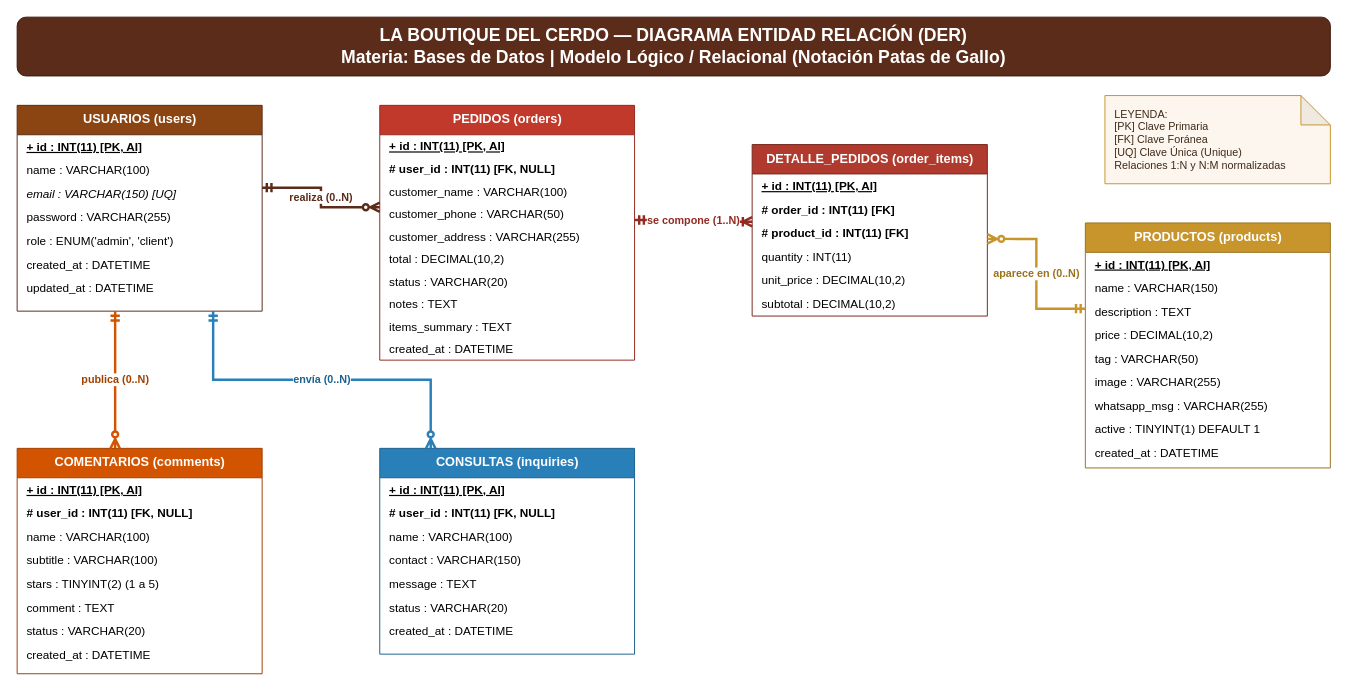
The draw.io diagram page "1. Modelo Relacional (Tablas y FK)" (1 of 2) of Diagrama_Entidad_Relacion_Boutique.drawio in santino857/BombaBotasso, before the edit. Source tidied: cells renumbered, new cells numbered last; positions are measured from the earlier drawing's top-left corner, leaving out a move shared by most shapes. Both pictures are drawn from the tidied source at 98%, with x=0, y=0 at pixel (17, 17).
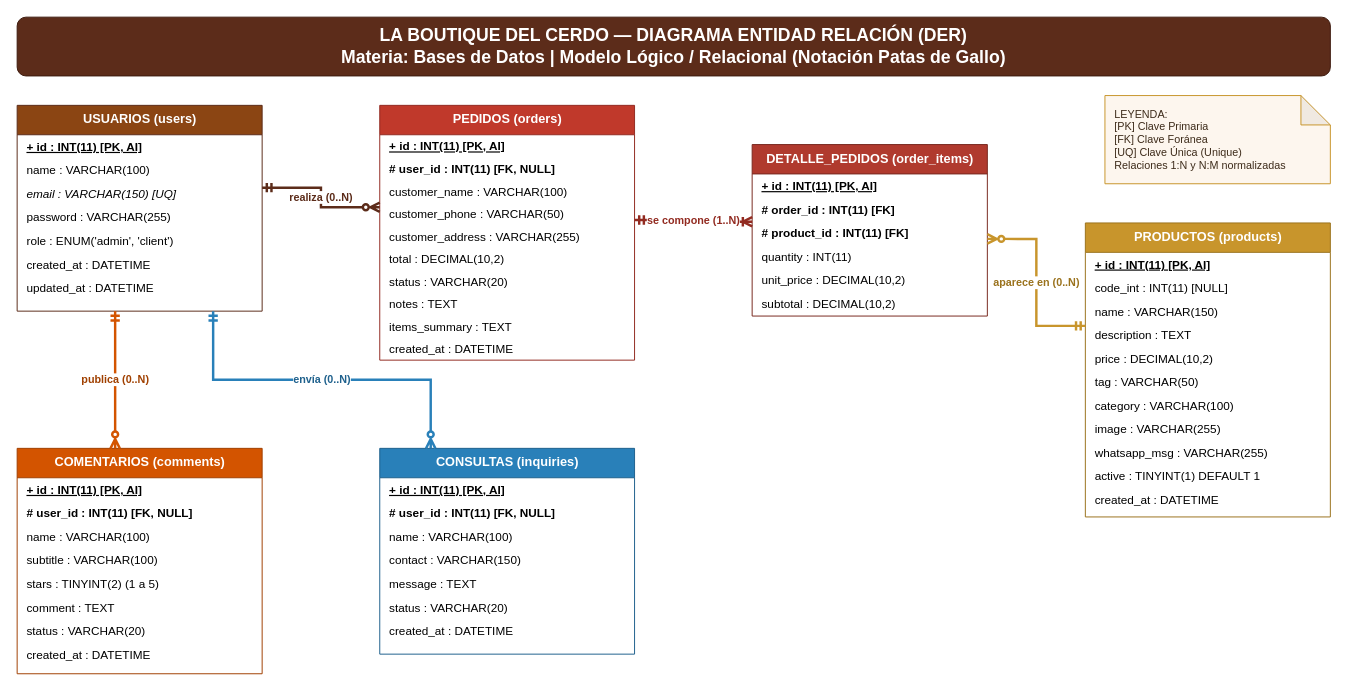
Above is the later version.

Change to the diagram source:
```diff
@@
     <mxCell id="30" value="PRODUCTOS (products)" style="swimlane;fontStyle=1;align=center;verticalAlign=top;horizontal=1;startSize=30;html=1;fillColor=#c8952c;strokeColor=#9a721d;fontColor=#ffffff;fontSize=13;" parent="1" vertex="1">
-      <mxGeometry x="1090" y="210" width="250" height="250" as="geometry" />
+      <mxGeometry x="1090" y="210" width="250" height="300" as="geometry" />
     </mxCell>
@@
+    <mxCell id="62" value="  code_int : INT(11) [NULL]" style="text;strokeColor=none;fillColor=none;align=left;verticalAlign=middle;spacingLeft=8;" parent="30" vertex="1">
+      <mxGeometry y="54" width="250" height="24" as="geometry" />
+    </mxCell>
     <mxCell id="32" value="  name : VARCHAR(150)" style="text;strokeColor=none;fillColor=none;align=left;verticalAlign=middle;spacingLeft=8;" parent="30" vertex="1">
-      <mxGeometry y="54" width="250" height="24" as="geometry" />
+      <mxGeometry y="78" width="250" height="24" as="geometry" />
     </mxCell>
     <mxCell id="33" value="  description : TEXT" style="text;strokeColor=none;fillColor=none;align=left;verticalAlign=middle;spacingLeft=8;" parent="30" vertex="1">
-      <mxGeometry y="78" width="250" height="24" as="geometry" />
+      <mxGeometry y="102" width="250" height="24" as="geometry" />
     </mxCell>
     <mxCell id="34" value="  price : DECIMAL(10,2)" style="text;strokeColor=none;fillColor=none;align=left;verticalAlign=middle;spacingLeft=8;" parent="30" vertex="1">
-      <mxGeometry y="102" width="250" height="24" as="geometry" />
+      <mxGeometry y="126" width="250" height="24" as="geometry" />
     </mxCell>
     <mxCell id="35" value="  tag : VARCHAR(50)" style="text;strokeColor=none;fillColor=none;align=left;verticalAlign=middle;spacingLeft=8;" parent="30" vertex="1">
-      <mxGeometry y="126" width="250" height="24" as="geometry" />
+      <mxGeometry y="150" width="250" height="24" as="geometry" />
     </mxCell>
+    <mxCell id="63" value="  category : VARCHAR(100)" style="text;strokeColor=none;fillColor=none;align=left;verticalAlign=middle;spacingLeft=8;" parent="30" vertex="1">
+      <mxGeometry y="174" width="250" height="24" as="geometry" />
+    </mxCell>
     <mxCell id="36" value="  image : VARCHAR(255)" style="text;strokeColor=none;fillColor=none;align=left;verticalAlign=middle;spacingLeft=8;" parent="30" vertex="1">
-      <mxGeometry y="150" width="250" height="24" as="geometry" />
+      <mxGeometry y="198" width="250" height="24" as="geometry" />
     </mxCell>
     <mxCell id="37" value="  whatsapp_msg : VARCHAR(255)" style="text;strokeColor=none;fillColor=none;align=left;verticalAlign=middle;spacingLeft=8;" parent="30" vertex="1">
-      <mxGeometry y="174" width="250" height="24" as="geometry" />
+      <mxGeometry y="222" width="250" height="24" as="geometry" />
     </mxCell>
     <mxCell id="38" value="  active : TINYINT(1) DEFAULT 1" style="text;strokeColor=none;fillColor=none;align=left;verticalAlign=middle;spacingLeft=8;" parent="30" vertex="1">
-      <mxGeometry y="198" width="250" height="24" as="geometry" />
+      <mxGeometry y="246" width="250" height="24" as="geometry" />
     </mxCell>
     <mxCell id="39" value="  created_at : DATETIME" style="text;strokeColor=none;fillColor=none;align=left;verticalAlign=middle;spacingLeft=8;" parent="30" vertex="1">
-      <mxGeometry y="222" width="250" height="24" as="geometry" />
+      <mxGeometry y="270" width="250" height="24" as="geometry" />
     </mxCell>
```
